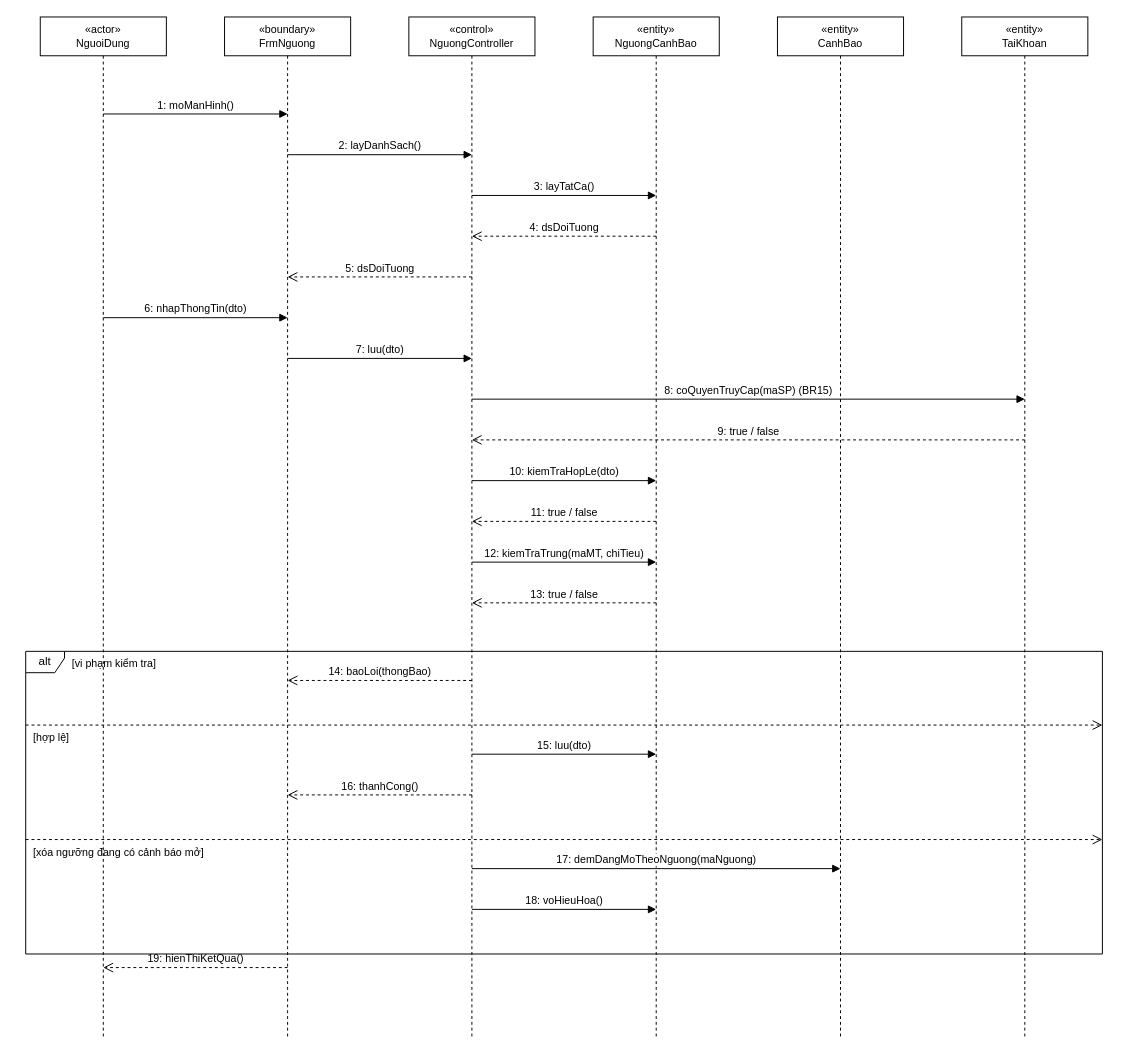
The draw.io diagram docs/diagrams/03_TuanTu/UC_GD_014_Sequence_ThietLapNguong.drawio in TranThienNhan8279/GreenDash, before the edit. Source tidied: cells renumbered, new cells numbered last; positions are measured from the earlier drawing's top-left corner, leaving out a move shared by most shapes. Both pictures are drawn from the tidied source at 97%, with x=0, y=0 at pixel (25, 16).
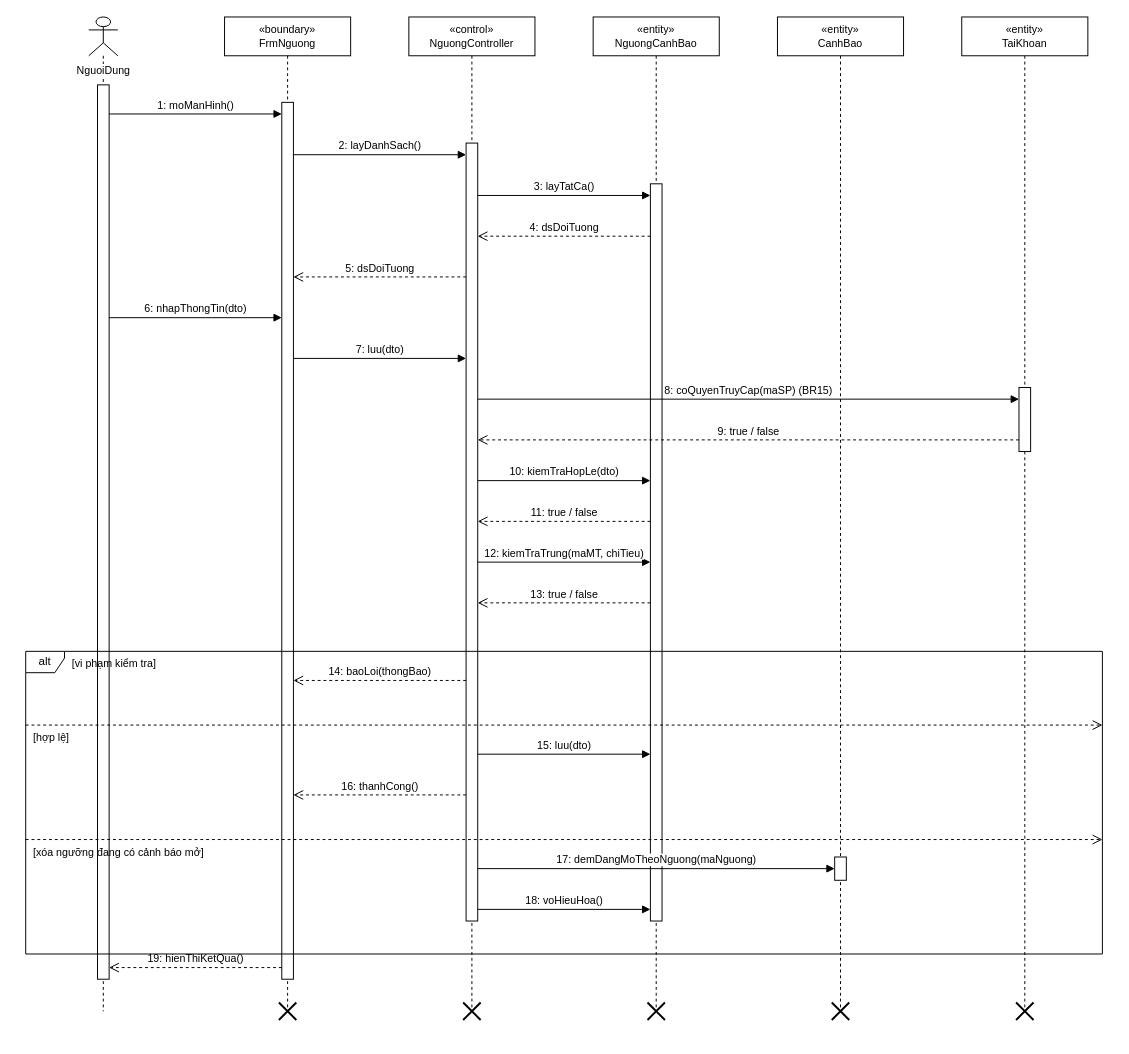
The same page after the edit.

The edit, as a diff of the source:
```diff
@@
-    <mxCell id="2" value="«actor»&lt;br&gt;NguoiDung" style="shape=umlLifeline;perimeter=lifelinePerimeter;whiteSpace=wrap;html=1;fontSize=11;" parent="1" vertex="1">
-      <mxGeometry x="15" width="130" height="1052" as="geometry" />
+    <mxCell id="2" value="NguoiDung" style="shape=umlLifeline;participant=umlActor;verticalAlign=top;spacingTop=42;labelBackgroundColor=#ffffff;perimeter=lifelinePerimeter;whiteSpace=nowrap;html=1;fontSize=11;" parent="1" vertex="1">
+      <mxGeometry x="65" width="30" height="1025" as="geometry" />
     </mxCell>
     <mxCell id="3" value="«boundary»&lt;br&gt;FrmNguong" style="shape=umlLifeline;perimeter=lifelinePerimeter;whiteSpace=wrap;html=1;fontSize=11;" parent="1" vertex="1">
-      <mxGeometry x="205" width="130" height="1052" as="geometry" />
+      <mxGeometry x="205" width="130" height="1025" as="geometry" />
     </mxCell>
     <mxCell id="4" value="«control»&lt;br&gt;NguongController" style="shape=umlLifeline;perimeter=lifelinePerimeter;whiteSpace=wrap;html=1;fontSize=11;" parent="1" vertex="1">
-      <mxGeometry x="395" width="130" height="1052" as="geometry" />
+      <mxGeometry x="395" width="130" height="1025" as="geometry" />
     </mxCell>
     <mxCell id="5" value="«entity»&lt;br&gt;NguongCanhBao" style="shape=umlLifeline;perimeter=lifelinePerimeter;whiteSpace=wrap;html=1;fontSize=11;" parent="1" vertex="1">
-      <mxGeometry x="585" width="130" height="1052" as="geometry" />
+      <mxGeometry x="585" width="130" height="1025" as="geometry" />
     </mxCell>
     <mxCell id="6" value="«entity»&lt;br&gt;CanhBao" style="shape=umlLifeline;perimeter=lifelinePerimeter;whiteSpace=wrap;html=1;fontSize=11;" parent="1" vertex="1">
-      <mxGeometry x="775" width="130" height="1052" as="geometry" />
+      <mxGeometry x="775" width="130" height="1025" as="geometry" />
     </mxCell>
     <mxCell id="7" value="«entity»&lt;br&gt;TaiKhoan" style="shape=umlLifeline;perimeter=lifelinePerimeter;whiteSpace=wrap;html=1;fontSize=11;" parent="1" vertex="1">
-      <mxGeometry x="965" width="130" height="1052" as="geometry" />
+      <mxGeometry x="965" width="130" height="1025" as="geometry" />
     </mxCell>
+    <mxCell id="33" style="html=1;perimeter=orthogonalPerimeter;fillColor=#ffffff;strokeColor=#000000;" parent="1" vertex="1">
+      <mxGeometry x="74" y="70" width="12" height="922" as="geometry" />
+    </mxCell>
+    <mxCell id="34" style="html=1;perimeter=orthogonalPerimeter;fillColor=#ffffff;strokeColor=#000000;" parent="1" vertex="1">
+      <mxGeometry x="264" y="88" width="12" height="904" as="geometry" />
+    </mxCell>
+    <mxCell id="35" style="shape=umlDestroy;html=1;strokeWidth=2;strokeColor=#000000;" parent="1" vertex="1">
+      <mxGeometry x="261" y="1016" width="18" height="18" as="geometry" />
+    </mxCell>
+    <mxCell id="36" style="html=1;perimeter=orthogonalPerimeter;fillColor=#ffffff;strokeColor=#000000;" parent="1" vertex="1">
+      <mxGeometry x="454" y="130" width="12" height="802" as="geometry" />
+    </mxCell>
+    <mxCell id="37" style="shape=umlDestroy;html=1;strokeWidth=2;strokeColor=#000000;" parent="1" vertex="1">
+      <mxGeometry x="451" y="1016" width="18" height="18" as="geometry" />
+    </mxCell>
+    <mxCell id="38" style="html=1;perimeter=orthogonalPerimeter;fillColor=#ffffff;strokeColor=#000000;" parent="1" vertex="1">
+      <mxGeometry x="644" y="172" width="12" height="760" as="geometry" />
+    </mxCell>
+    <mxCell id="39" style="shape=umlDestroy;html=1;strokeWidth=2;strokeColor=#000000;" parent="1" vertex="1">
+      <mxGeometry x="641" y="1016" width="18" height="18" as="geometry" />
+    </mxCell>
+    <mxCell id="40" style="html=1;perimeter=orthogonalPerimeter;fillColor=#ffffff;strokeColor=#000000;" parent="1" vertex="1">
+      <mxGeometry x="834" y="866" width="12" height="24" as="geometry" />
+    </mxCell>
+    <mxCell id="41" style="shape=umlDestroy;html=1;strokeWidth=2;strokeColor=#000000;" parent="1" vertex="1">
+      <mxGeometry x="831" y="1016" width="18" height="18" as="geometry" />
+    </mxCell>
+    <mxCell id="42" style="html=1;perimeter=orthogonalPerimeter;fillColor=#ffffff;strokeColor=#000000;" parent="1" vertex="1">
+      <mxGeometry x="1024" y="382" width="12" height="66" as="geometry" />
+    </mxCell>
+    <mxCell id="43" style="shape=umlDestroy;html=1;strokeWidth=2;strokeColor=#000000;" parent="1" vertex="1">
+      <mxGeometry x="1021" y="1016" width="18" height="18" as="geometry" />
+    </mxCell>
     <mxCell id="8" value="1: moManHinh()" style="html=1;verticalAlign=bottom;endArrow=block;endFill=1;" parent="1" edge="1">
       <mxGeometry relative="1" as="geometry">
-        <mxPoint x="80" y="100" as="sourcePoint" />
-        <mxPoint x="270" y="100" as="targetPoint" />
+        <mxPoint x="86" y="100" as="sourcePoint" />
+        <mxPoint x="264" y="100" as="targetPoint" />
       </mxGeometry>
     </mxCell>
     <mxCell id="9" value="2: layDanhSach()" style="html=1;verticalAlign=bottom;endArrow=block;endFill=1;" parent="1" edge="1">
       <mxGeometry relative="1" as="geometry">
-        <mxPoint x="270" y="142" as="sourcePoint" />
-        <mxPoint x="460" y="142" as="targetPoint" />
+        <mxPoint x="276" y="142" as="sourcePoint" />
+        <mxPoint x="454" y="142" as="targetPoint" />
       </mxGeometry>
     </mxCell>
     <mxCell id="10" value="3: layTatCa()" style="html=1;verticalAlign=bottom;endArrow=block;endFill=1;" parent="1" edge="1">
       <mxGeometry relative="1" as="geometry">
-        <mxPoint x="460" y="184" as="sourcePoint" />
-        <mxPoint x="650" y="184" as="targetPoint" />
+        <mxPoint x="466" y="184" as="sourcePoint" />
+        <mxPoint x="644" y="184" as="targetPoint" />
       </mxGeometry>
     </mxCell>
     <mxCell id="11" value="4: dsDoiTuong" style="html=1;verticalAlign=bottom;endArrow=open;endSize=8;dashed=1;" parent="1" edge="1">
       <mxGeometry relative="1" as="geometry">
-        <mxPoint x="650" y="226" as="sourcePoint" />
-        <mxPoint x="460" y="226" as="targetPoint" />
+        <mxPoint x="644" y="226" as="sourcePoint" />
+        <mxPoint x="466" y="226" as="targetPoint" />
       </mxGeometry>
     </mxCell>
     <mxCell id="12" value="5: dsDoiTuong" style="html=1;verticalAlign=bottom;endArrow=open;endSize=8;dashed=1;" parent="1" edge="1">
       <mxGeometry relative="1" as="geometry">
-        <mxPoint x="460" y="268" as="sourcePoint" />
-        <mxPoint x="270" y="268" as="targetPoint" />
+        <mxPoint x="454" y="268" as="sourcePoint" />
+        <mxPoint x="276" y="268" as="targetPoint" />
       </mxGeometry>
     </mxCell>
     <mxCell id="13" value="6: nhapThongTin(dto)" style="html=1;verticalAlign=bottom;endArrow=block;endFill=1;" parent="1" edge="1">
       <mxGeometry relative="1" as="geometry">
-        <mxPoint x="80" y="310" as="sourcePoint" />
-        <mxPoint x="270" y="310" as="targetPoint" />
+        <mxPoint x="86" y="310" as="sourcePoint" />
+        <mxPoint x="264" y="310" as="targetPoint" />
       </mxGeometry>
     </mxCell>
     <mxCell id="14" value="7: luu(dto)" style="html=1;verticalAlign=bottom;endArrow=block;endFill=1;" parent="1" edge="1">
       <mxGeometry relative="1" as="geometry">
-        <mxPoint x="270" y="352" as="sourcePoint" />
-        <mxPoint x="460" y="352" as="targetPoint" />
+        <mxPoint x="276" y="352" as="sourcePoint" />
+        <mxPoint x="454" y="352" as="targetPoint" />
       </mxGeometry>
     </mxCell>
     <mxCell id="15" value="8: coQuyenTruyCap(maSP)  (BR15)" style="html=1;verticalAlign=bottom;endArrow=block;endFill=1;" parent="1" edge="1">
       <mxGeometry relative="1" as="geometry">
-        <mxPoint x="460" y="394" as="sourcePoint" />
-        <mxPoint x="1030" y="394" as="targetPoint" />
+        <mxPoint x="466" y="394" as="sourcePoint" />
+        <mxPoint x="1024" y="394" as="targetPoint" />
       </mxGeometry>
     </mxCell>
     <mxCell id="16" value="9: true / false" style="html=1;verticalAlign=bottom;endArrow=open;endSize=8;dashed=1;" parent="1" edge="1">
       <mxGeometry relative="1" as="geometry">
-        <mxPoint x="1030" y="436" as="sourcePoint" />
-        <mxPoint x="460" y="436" as="targetPoint" />
+        <mxPoint x="1024" y="436" as="sourcePoint" />
+        <mxPoint x="466" y="436" as="targetPoint" />
       </mxGeometry>
     </mxCell>
     <mxCell id="17" value="10: kiemTraHopLe(dto)" style="html=1;verticalAlign=bottom;endArrow=block;endFill=1;" parent="1" edge="1">
       <mxGeometry relative="1" as="geometry">
-        <mxPoint x="460" y="478" as="sourcePoint" />
-        <mxPoint x="650" y="478" as="targetPoint" />
+        <mxPoint x="466" y="478" as="sourcePoint" />
+        <mxPoint x="644" y="478" as="targetPoint" />
       </mxGeometry>
     </mxCell>
     <mxCell id="18" value="11: true / false" style="html=1;verticalAlign=bottom;endArrow=open;endSize=8;dashed=1;" parent="1" edge="1">
       <mxGeometry relative="1" as="geometry">
-        <mxPoint x="650" y="520" as="sourcePoint" />
-        <mxPoint x="460" y="520" as="targetPoint" />
+        <mxPoint x="644" y="520" as="sourcePoint" />
+        <mxPoint x="466" y="520" as="targetPoint" />
       </mxGeometry>
     </mxCell>
     <mxCell id="19" value="12: kiemTraTrung(maMT, chiTieu)" style="html=1;verticalAlign=bottom;endArrow=block;endFill=1;" parent="1" edge="1">
       <mxGeometry relative="1" as="geometry">
-        <mxPoint x="460" y="562" as="sourcePoint" />
-        <mxPoint x="650" y="562" as="targetPoint" />
+        <mxPoint x="466" y="562" as="sourcePoint" />
+        <mxPoint x="644" y="562" as="targetPoint" />
       </mxGeometry>
     </mxCell>
     <mxCell id="20" value="13: true / false" style="html=1;verticalAlign=bottom;endArrow=open;endSize=8;dashed=1;" parent="1" edge="1">
       <mxGeometry relative="1" as="geometry">
-        <mxPoint x="650" y="604" as="sourcePoint" />
-        <mxPoint x="460" y="604" as="targetPoint" />
+        <mxPoint x="644" y="604" as="sourcePoint" />
+        <mxPoint x="466" y="604" as="targetPoint" />
       </mxGeometry>
     </mxCell>
     <mxCell id="21" value="14: baoLoi(thongBao)" style="html=1;verticalAlign=bottom;endArrow=open;endSize=8;dashed=1;" parent="1" edge="1">
       <mxGeometry relative="1" as="geometry">
-        <mxPoint x="460" y="684" as="sourcePoint" />
-        <mxPoint x="270" y="684" as="targetPoint" />
+        <mxPoint x="454" y="684" as="sourcePoint" />
+        <mxPoint x="276" y="684" as="targetPoint" />
       </mxGeometry>
     </mxCell>
     <mxCell id="22" value="15: luu(dto)" style="html=1;verticalAlign=bottom;endArrow=block;endFill=1;" parent="1" edge="1">
       <mxGeometry relative="1" as="geometry">
-        <mxPoint x="460" y="760" as="sourcePoint" />
-        <mxPoint x="650" y="760" as="targetPoint" />
+        <mxPoint x="466" y="760" as="sourcePoint" />
+        <mxPoint x="644" y="760" as="targetPoint" />
       </mxGeometry>
     </mxCell>
     <mxCell id="23" value="16: thanhCong()" style="html=1;verticalAlign=bottom;endArrow=open;endSize=8;dashed=1;" parent="1" edge="1">
       <mxGeometry relative="1" as="geometry">
-        <mxPoint x="460" y="802" as="sourcePoint" />
-        <mxPoint x="270" y="802" as="targetPoint" />
+        <mxPoint x="454" y="802" as="sourcePoint" />
+        <mxPoint x="276" y="802" as="targetPoint" />
       </mxGeometry>
     </mxCell>
     <mxCell id="24" value="17: demDangMoTheoNguong(maNguong)" style="html=1;verticalAlign=bottom;endArrow=block;endFill=1;" parent="1" edge="1">
       <mxGeometry relative="1" as="geometry">
-        <mxPoint x="460" y="878" as="sourcePoint" />
-        <mxPoint x="840" y="878" as="targetPoint" />
+        <mxPoint x="466" y="878" as="sourcePoint" />
+        <mxPoint x="834" y="878" as="targetPoint" />
       </mxGeometry>
     </mxCell>
     <mxCell id="25" value="18: voHieuHoa()" style="html=1;verticalAlign=bottom;endArrow=block;endFill=1;" parent="1" edge="1">
       <mxGeometry relative="1" as="geometry">
-        <mxPoint x="460" y="920" as="sourcePoint" />
-        <mxPoint x="650" y="920" as="targetPoint" />
+        <mxPoint x="466" y="920" as="sourcePoint" />
+        <mxPoint x="644" y="920" as="targetPoint" />
       </mxGeometry>
     </mxCell>
     <mxCell id="26" value="19: hienThiKetQua()" style="html=1;verticalAlign=bottom;endArrow=open;endSize=8;dashed=1;" parent="1" edge="1">
       <mxGeometry relative="1" as="geometry">
-        <mxPoint x="270" y="980" as="sourcePoint" />
-        <mxPoint x="80" y="980" as="targetPoint" />
+        <mxPoint x="264" y="980" as="sourcePoint" />
+        <mxPoint x="86" y="980" as="targetPoint" />
       </mxGeometry>
     </mxCell>
```
